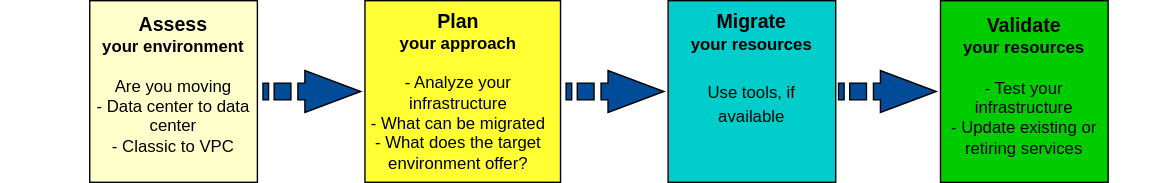
Before: images/migrate-process.svg, a diagram exported from draw.io (ibm-cloud-docs/cloud-infrastructure). Source tidied: cells renumbered, new cells last; positions are measured from the earlier drawing's top-left corner, leaving out a move shared by most shapes. Its diagram source:
```xml
<mxGraphModel>
  <root>
    <mxCell id="0" />
    <mxCell id="1" parent="0" />
    <mxCell id="2" style="rounded=0;whiteSpace=wrap;html=1;labelBackgroundColor=none;fontSize=14;fillColor=#FFFFFF;strokeColor=none;" parent="1" vertex="1">
      <mxGeometry width="820" height="130" as="geometry" />
    </mxCell>
    <mxCell id="3" style="html=1;shadow=0;dashed=0;align=center;verticalAlign=middle;shape=mxgraph.arrows2.stripedArrow;dy=0.6;dx=40;notch=25;labelBackgroundColor=none;fontSize=14;fillColor=#004C99;" parent="1" vertex="1">
      <mxGeometry x="187" y="50" width="70" height="30" as="geometry" />
    </mxCell>
    <mxCell id="4" style="html=1;shadow=0;dashed=0;align=center;verticalAlign=middle;shape=mxgraph.arrows2.stripedArrow;dy=0.6;dx=40;notch=25;labelBackgroundColor=none;fontSize=14;fillColor=#004C99;" parent="1" vertex="1">
      <mxGeometry x="404" y="50" width="70" height="30" as="geometry" />
    </mxCell>
    <mxCell id="5" style="html=1;shadow=0;dashed=0;align=center;verticalAlign=middle;shape=mxgraph.arrows2.stripedArrow;dy=0.6;dx=40;notch=25;labelBackgroundColor=none;fontSize=14;fillColor=#004C99;" parent="1" vertex="1">
      <mxGeometry x="599" y="50" width="70" height="30" as="geometry" />
    </mxCell>
    <mxCell id="6" style="rounded=0;whiteSpace=wrap;html=1;fillColor=#FFFFCC;" parent="1" vertex="1">
      <mxGeometry x="63" width="120" height="130" as="geometry" />
    </mxCell>
    <mxCell id="7" style="rounded=0;whiteSpace=wrap;html=1;fillColor=#FFFF33;" parent="1" vertex="1">
      <mxGeometry x="260" width="140" height="130" as="geometry" />
    </mxCell>
    <mxCell id="8" style="rounded=0;whiteSpace=wrap;html=1;fillColor=#00CCCC;" parent="1" vertex="1">
      <mxGeometry x="477" width="120" height="130" as="geometry" />
    </mxCell>
    <mxCell id="9" style="rounded=0;whiteSpace=wrap;html=1;fillColor=#00CC00;" parent="1" vertex="1">
      <mxGeometry x="672" width="120" height="130" as="geometry" />
    </mxCell>
    <mxCell id="10" value="&lt;span style=&quot;color: rgb(0 , 0 , 0) ; font-family: &amp;#34;helvetica&amp;#34; ; font-style: normal ; letter-spacing: normal ; text-align: center ; text-indent: 0px ; text-transform: none ; word-spacing: 0px ; display: inline ; float: none&quot;&gt;&lt;b&gt;&lt;font style=&quot;font-size: 14px&quot;&gt;Assess &lt;/font&gt;&lt;br&gt;your environment&lt;br&gt;&lt;/b&gt;&lt;/span&gt;&lt;br style=&quot;color: rgb(0 , 0 , 0) ; font-family: &amp;#34;helvetica&amp;#34; ; font-size: 12px ; font-style: normal ; font-weight: 400 ; letter-spacing: normal ; text-align: center ; text-indent: 0px ; text-transform: none ; word-spacing: 0px ; background-color: rgb(248 , 249 , 250)&quot;&gt;&lt;span style=&quot;color: rgb(0 , 0 , 0) ; font-family: &amp;#34;helvetica&amp;#34; ; font-size: 12px ; font-style: normal ; font-weight: 400 ; letter-spacing: normal ; text-align: center ; text-indent: 0px ; text-transform: none ; word-spacing: 0px ; display: inline ; float: none&quot;&gt;Are you moving&lt;/span&gt;&lt;br style=&quot;color: rgb(0 , 0 , 0) ; font-family: &amp;#34;helvetica&amp;#34; ; font-size: 12px ; font-style: normal ; font-weight: 400 ; letter-spacing: normal ; text-align: center ; text-indent: 0px ; text-transform: none ; word-spacing: 0px&quot;&gt;&lt;span style=&quot;color: rgb(0 , 0 , 0) ; font-family: &amp;#34;helvetica&amp;#34; ; font-size: 12px ; font-style: normal ; font-weight: 400 ; letter-spacing: normal ; text-align: center ; text-indent: 0px ; text-transform: none ; word-spacing: 0px ; display: inline ; float: none&quot;&gt;- Data center to data center&lt;/span&gt;&lt;br style=&quot;color: rgb(0 , 0 , 0) ; font-family: &amp;#34;helvetica&amp;#34; ; font-size: 12px ; font-style: normal ; font-weight: 400 ; letter-spacing: normal ; text-align: center ; text-indent: 0px ; text-transform: none ; word-spacing: 0px&quot;&gt;&lt;span style=&quot;color: rgb(0 , 0 , 0) ; font-family: &amp;#34;helvetica&amp;#34; ; font-size: 12px ; font-style: normal ; font-weight: 400 ; letter-spacing: normal ; text-align: center ; text-indent: 0px ; text-transform: none ; word-spacing: 0px ; display: inline ; float: none&quot;&gt;- Classic to VPC&lt;/span&gt;" style="text;html=1;strokeColor=none;fillColor=none;align=center;verticalAlign=middle;whiteSpace=wrap;rounded=0;" parent="1" vertex="1">
      <mxGeometry x="58" width="130" height="120" as="geometry" />
    </mxCell>
    <mxCell id="11" value="&lt;b&gt;&lt;font style=&quot;font-size: 14px&quot;&gt;Plan &lt;/font&gt;&lt;br&gt;your approach&lt;br&gt;&lt;/b&gt;&lt;br&gt;- Analyze your infrastructure&lt;br&gt;- What can be migrated&lt;br&gt;- What does the target environment offer?" style="text;html=1;strokeColor=none;fillColor=none;align=center;verticalAlign=middle;whiteSpace=wrap;rounded=0;" parent="1" vertex="1">
      <mxGeometry x="262" y="50" width="130" height="30" as="geometry" />
    </mxCell>
    <mxCell id="12" value="&lt;b&gt;Migrate&lt;br&gt;&lt;/b&gt;&lt;font style=&quot;font-size: 12px&quot;&gt;&lt;b&gt;your resources&lt;/b&gt;&lt;br&gt;&lt;/font&gt;&lt;br&gt;&lt;font style=&quot;font-size: 12px&quot;&gt;Use tools, if available&lt;/font&gt;" style="text;html=1;strokeColor=none;fillColor=none;align=center;verticalAlign=middle;whiteSpace=wrap;rounded=0;labelBackgroundColor=none;fontSize=14;" parent="1" vertex="1">
      <mxGeometry x="492" y="33" width="90" height="30" as="geometry" />
    </mxCell>
    <mxCell id="13" value="&lt;b&gt;&lt;font style=&quot;font-size: 14px&quot;&gt;Validate &lt;/font&gt;&lt;br&gt;your resources&lt;br&gt;&lt;/b&gt;&lt;br&gt;- Test your infrastructure&lt;br&gt;- Update existing or retiring services" style="text;html=1;strokeColor=none;fillColor=none;align=center;verticalAlign=middle;whiteSpace=wrap;rounded=0;" parent="1" vertex="1">
      <mxGeometry x="672" y="46" width="120" height="30" as="geometry" />
    </mxCell>
  </root>
</mxGraphModel>
```
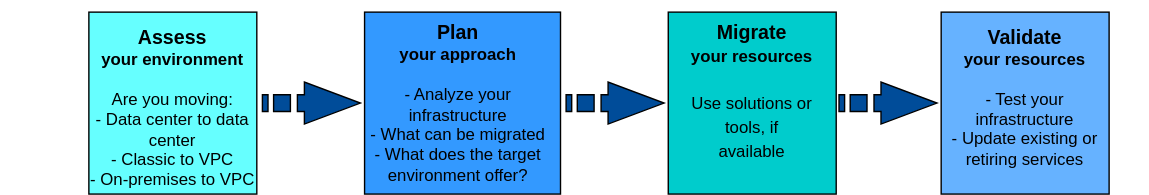
The same diagram one commit later.

Commit message:
MN: Migration doc landing page diagram

The edit, as a diff of the source:
```diff
@@ -14,29 +14,31 @@
     <mxCell id="5" style="html=1;shadow=0;dashed=0;align=center;verticalAlign=middle;shape=mxgraph.arrows2.stripedArrow;dy=0.6;dx=40;notch=25;labelBackgroundColor=none;fontSize=14;fillColor=#004C99;" parent="1" vertex="1">
       <mxGeometry x="599" y="50" width="70" height="30" as="geometry" />
     </mxCell>
-    <mxCell id="6" style="rounded=0;whiteSpace=wrap;html=1;fillColor=#FFFFCC;" parent="1" vertex="1">
-      <mxGeometry x="63" width="120" height="130" as="geometry" />
-    </mxCell>
-    <mxCell id="7" style="rounded=0;whiteSpace=wrap;html=1;fillColor=#FFFF33;" parent="1" vertex="1">
-      <mxGeometry x="260" width="140" height="130" as="geometry" />
-    </mxCell>
+    <mxCell id="14" style="rounded=0;whiteSpace=wrap;html=1;fillColor=#66FFFF;" parent="1" vertex="1">
+      <mxGeometry x="63" width="120" height="130" as="geometry" />
+    </mxCell>
+    <mxCell id="15" style="rounded=0;whiteSpace=wrap;html=1;fillColor=#3399FF;" parent="1" vertex="1">
+      <mxGeometry x="260" width="140" height="130" as="geometry" />
+    </mxCell>
     <mxCell id="8" style="rounded=0;whiteSpace=wrap;html=1;fillColor=#00CCCC;" parent="1" vertex="1">
       <mxGeometry x="477" width="120" height="130" as="geometry" />
     </mxCell>
-    <mxCell id="9" style="rounded=0;whiteSpace=wrap;html=1;fillColor=#00CC00;" parent="1" vertex="1">
-      <mxGeometry x="672" width="120" height="130" as="geometry" />
-    </mxCell>
-    <mxCell id="10" value="&lt;span style=&quot;color: rgb(0 , 0 , 0) ; font-family: &amp;#34;helvetica&amp;#34; ; font-style: normal ; letter-spacing: normal ; text-align: center ; text-indent: 0px ; text-transform: none ; word-spacing: 0px ; display: inline ; float: none&quot;&gt;&lt;b&gt;&lt;font style=&quot;font-size: 14px&quot;&gt;Assess &lt;/font&gt;&lt;br&gt;your environment&lt;br&gt;&lt;/b&gt;&lt;/span&gt;&lt;br style=&quot;color: rgb(0 , 0 , 0) ; font-family: &amp;#34;helvetica&amp;#34; ; font-size: 12px ; font-style: normal ; font-weight: 400 ; letter-spacing: normal ; text-align: center ; text-indent: 0px ; text-transform: none ; word-spacing: 0px ; background-color: rgb(248 , 249 , 250)&quot;&gt;&lt;span style=&quot;color: rgb(0 , 0 , 0) ; font-family: &amp;#34;helvetica&amp;#34; ; font-size: 12px ; font-style: normal ; font-weight: 400 ; letter-spacing: normal ; text-align: center ; text-indent: 0px ; text-transform: none ; word-spacing: 0px ; display: inline ; float: none&quot;&gt;Are you moving&lt;/span&gt;&lt;br style=&quot;color: rgb(0 , 0 , 0) ; font-family: &amp;#34;helvetica&amp;#34; ; font-size: 12px ; font-style: normal ; font-weight: 400 ; letter-spacing: normal ; text-align: center ; text-indent: 0px ; text-transform: none ; word-spacing: 0px&quot;&gt;&lt;span style=&quot;color: rgb(0 , 0 , 0) ; font-family: &amp;#34;helvetica&amp;#34; ; font-size: 12px ; font-style: normal ; font-weight: 400 ; letter-spacing: normal ; text-align: center ; text-indent: 0px ; text-transform: none ; word-spacing: 0px ; display: inline ; float: none&quot;&gt;- Data center to data center&lt;/span&gt;&lt;br style=&quot;color: rgb(0 , 0 , 0) ; font-family: &amp;#34;helvetica&amp;#34; ; font-size: 12px ; font-style: normal ; font-weight: 400 ; letter-spacing: normal ; text-align: center ; text-indent: 0px ; text-transform: none ; word-spacing: 0px&quot;&gt;&lt;span style=&quot;color: rgb(0 , 0 , 0) ; font-family: &amp;#34;helvetica&amp;#34; ; font-size: 12px ; font-style: normal ; font-weight: 400 ; letter-spacing: normal ; text-align: center ; text-indent: 0px ; text-transform: none ; word-spacing: 0px ; display: inline ; float: none&quot;&gt;- Classic to VPC&lt;/span&gt;" style="text;html=1;strokeColor=none;fillColor=none;align=center;verticalAlign=middle;whiteSpace=wrap;rounded=0;" parent="1" vertex="1">
-      <mxGeometry x="58" width="130" height="120" as="geometry" />
-    </mxCell>
+    <mxCell id="16" style="rounded=0;whiteSpace=wrap;html=1;fillColor=#66B2FF;" parent="1" vertex="1">
+      <mxGeometry x="672" width="120" height="130" as="geometry" />
+    </mxCell>
+    <mxCell id="17" value="text" parent="0" />
+    <mxCell id="18" value="&lt;span style=&quot;color: rgb(0 , 0 , 0) ; font-family: &amp;#34;helvetica&amp;#34; ; font-style: normal ; letter-spacing: normal ; text-align: center ; text-indent: 0px ; text-transform: none ; word-spacing: 0px ; display: inline ; float: none&quot;&gt;&lt;b&gt;&lt;font style=&quot;font-size: 14px&quot;&gt;&lt;br&gt;Assess &lt;/font&gt;&lt;br&gt;your environment&lt;br&gt;&lt;/b&gt;&lt;/span&gt;&lt;br style=&quot;color: rgb(0 , 0 , 0) ; font-family: &amp;#34;helvetica&amp;#34; ; font-size: 12px ; font-style: normal ; font-weight: 400 ; letter-spacing: normal ; text-align: center ; text-indent: 0px ; text-transform: none ; word-spacing: 0px ; background-color: rgb(248 , 249 , 250)&quot;&gt;&lt;span style=&quot;color: rgb(0 , 0 , 0) ; font-family: &amp;#34;helvetica&amp;#34; ; font-size: 12px ; font-style: normal ; font-weight: 400 ; letter-spacing: normal ; text-align: center ; text-indent: 0px ; text-transform: none ; word-spacing: 0px ; display: inline ; float: none&quot;&gt;Are you moving:&lt;/span&gt;&lt;br style=&quot;color: rgb(0 , 0 , 0) ; font-family: &amp;#34;helvetica&amp;#34; ; font-size: 12px ; font-style: normal ; font-weight: 400 ; letter-spacing: normal ; text-align: center ; text-indent: 0px ; text-transform: none ; word-spacing: 0px&quot;&gt;&lt;span style=&quot;color: rgb(0 , 0 , 0) ; font-family: &amp;#34;helvetica&amp;#34; ; font-size: 12px ; font-style: normal ; font-weight: 400 ; letter-spacing: normal ; text-align: center ; text-indent: 0px ; text-transform: none ; word-spacing: 0px ; display: inline ; float: none&quot;&gt;- Data center to data center&lt;/span&gt;&lt;br style=&quot;color: rgb(0 , 0 , 0) ; font-family: &amp;#34;helvetica&amp;#34; ; font-size: 12px ; font-style: normal ; font-weight: 400 ; letter-spacing: normal ; text-align: center ; text-indent: 0px ; text-transform: none ; word-spacing: 0px&quot;&gt;&lt;span style=&quot;color: rgb(0 , 0 , 0) ; font-family: &amp;#34;helvetica&amp;#34; ; font-size: 12px ; font-style: normal ; font-weight: 400 ; letter-spacing: normal ; text-align: center ; text-indent: 0px ; text-transform: none ; word-spacing: 0px ; display: inline ; float: none&quot;&gt;- Classic to VPC&lt;br&gt;- On-premises to VPC&lt;br&gt;&lt;/span&gt;" style="text;html=1;strokeColor=none;fillColor=none;align=center;verticalAlign=middle;whiteSpace=wrap;rounded=0;" parent="17" vertex="1">
+      <mxGeometry x="58" width="130" height="120" as="geometry" />
+    </mxCell>
-    <mxCell id="11" value="&lt;b&gt;&lt;font style=&quot;font-size: 14px&quot;&gt;Plan &lt;/font&gt;&lt;br&gt;your approach&lt;br&gt;&lt;/b&gt;&lt;br&gt;- Analyze your infrastructure&lt;br&gt;- What can be migrated&lt;br&gt;- What does the target environment offer?" style="text;html=1;strokeColor=none;fillColor=none;align=center;verticalAlign=middle;whiteSpace=wrap;rounded=0;" parent="1" vertex="1">
+    <mxCell id="11" value="&lt;b&gt;&lt;font style=&quot;font-size: 14px&quot;&gt;Plan &lt;/font&gt;&lt;br&gt;your approach&lt;br&gt;&lt;/b&gt;&lt;br&gt;- Analyze your infrastructure&lt;br&gt;- What can be migrated&lt;br&gt;- What does the target environment offer?" style="text;html=1;strokeColor=none;fillColor=none;align=center;verticalAlign=middle;whiteSpace=wrap;rounded=0;" parent="17" vertex="1">
       <mxGeometry x="262" y="50" width="130" height="30" as="geometry" />
     </mxCell>
-    <mxCell id="12" value="&lt;b&gt;Migrate&lt;br&gt;&lt;/b&gt;&lt;font style=&quot;font-size: 12px&quot;&gt;&lt;b&gt;your resources&lt;/b&gt;&lt;br&gt;&lt;/font&gt;&lt;br&gt;&lt;font style=&quot;font-size: 12px&quot;&gt;Use tools, if available&lt;/font&gt;" style="text;html=1;strokeColor=none;fillColor=none;align=center;verticalAlign=middle;whiteSpace=wrap;rounded=0;labelBackgroundColor=none;fontSize=14;" parent="1" vertex="1">
-      <mxGeometry x="492" y="33" width="90" height="30" as="geometry" />
-    </mxCell>
+    <mxCell id="19" value="&lt;b&gt;&lt;br&gt;Migrate&lt;br&gt;&lt;/b&gt;&lt;font style=&quot;font-size: 12px&quot;&gt;&lt;b&gt;your resources&lt;/b&gt;&lt;br&gt;&lt;/font&gt;&lt;br&gt;&lt;font style=&quot;font-size: 12px&quot;&gt;Use solutions or tools, if available&lt;/font&gt;" style="text;html=1;strokeColor=none;fillColor=none;align=center;verticalAlign=middle;whiteSpace=wrap;rounded=0;labelBackgroundColor=none;fontSize=14;" parent="17" vertex="1">
+      <mxGeometry x="492" y="33" width="90" height="30" as="geometry" />
+    </mxCell>
-    <mxCell id="13" value="&lt;b&gt;&lt;font style=&quot;font-size: 14px&quot;&gt;Validate &lt;/font&gt;&lt;br&gt;your resources&lt;br&gt;&lt;/b&gt;&lt;br&gt;- Test your infrastructure&lt;br&gt;- Update existing or retiring services" style="text;html=1;strokeColor=none;fillColor=none;align=center;verticalAlign=middle;whiteSpace=wrap;rounded=0;" parent="1" vertex="1">
+    <mxCell id="13" value="&lt;b&gt;&lt;font style=&quot;font-size: 14px&quot;&gt;Validate &lt;/font&gt;&lt;br&gt;your resources&lt;br&gt;&lt;/b&gt;&lt;br&gt;- Test your infrastructure&lt;br&gt;- Update existing or retiring services" style="text;html=1;strokeColor=none;fillColor=none;align=center;verticalAlign=middle;whiteSpace=wrap;rounded=0;" parent="17" vertex="1">
       <mxGeometry x="672" y="46" width="120" height="30" as="geometry" />
     </mxCell>
+    <mxCell id="20" value="Untitled Layer" parent="0" />
   </root>
 </mxGraphModel>
```
